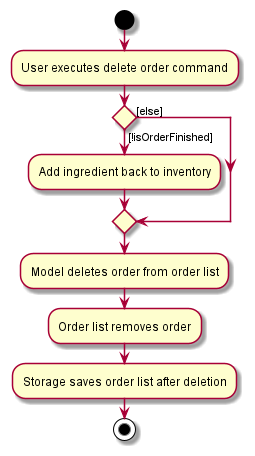
The PlantUML diagram docs/images/DeleteOrderActivityDiagram.png in zognin/tp, before a commit.
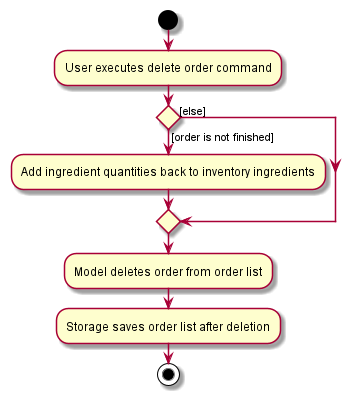
Above is the later version.

What changed in the source:
```diff
@@ -2,15 +2,13 @@
 start
 :User executes delete order command;
 
-if () then ([!isOrderFinished])
-    :Add ingredient back to inventory;
+if () then ([order is not finished])
+    :Add ingredient quantities back to inventory ingredients;
 else ([else])
 endif
 
 :Model deletes order from order list;
 
-:Order list removes order;
-
 :Storage saves order list after deletion;
 stop
 @enduml
```
